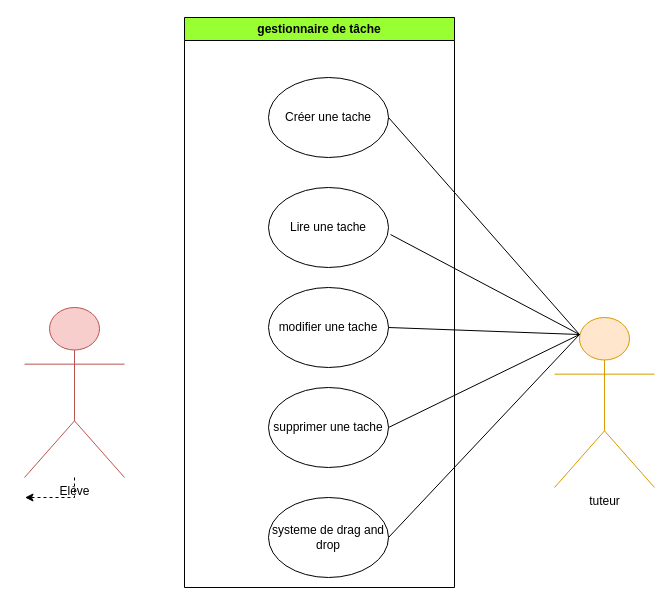
Before: page "gestionnaire tâche" (2 of 4) of diagramme/Diagramme sans nom.drawio in Chardema/P10, a draw.io diagram. Source tidied: cells renumbered, new cells numbered last; positions are measured from the earlier drawing's top-left corner, leaving out a move shared by most shapes. Both pictures are drawn from the tidied source at 100%, with x=0, y=0 at pixel (24, 17).
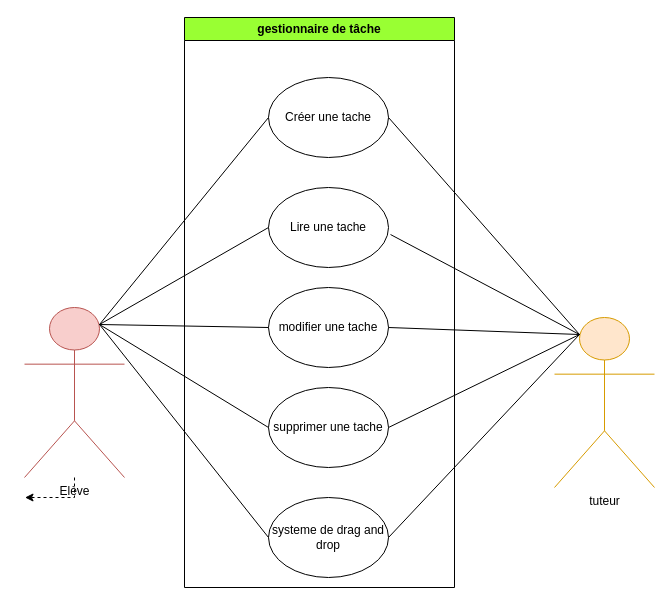
The same page after the edit.

Commit message:
Fin diagramme

The change refers to these unchanged cells:
```xml
<mxCell id="3" value="Elève&lt;br&gt;" style="shape=umlActor;verticalLabelPosition=bottom;verticalAlign=top;html=1;outlineConnect=0;fillColor=#f8cecc;strokeColor=#b85450;" parent="1" vertex="1">
  <mxGeometry y="290" width="100" height="170" as="geometry" />
</mxCell>
<mxCell id="6" value="Créer une tache" style="ellipse;whiteSpace=wrap;html=1;" parent="5" vertex="1">
  <mxGeometry x="84" y="60" width="120" height="80" as="geometry" />
</mxCell>
<mxCell id="7" value="Lire une tache" style="ellipse;whiteSpace=wrap;html=1;" parent="5" vertex="1">
  <mxGeometry x="84" y="170" width="120" height="80" as="geometry" />
</mxCell>
<mxCell id="8" value="modifier une tache" style="ellipse;whiteSpace=wrap;html=1;" parent="5" vertex="1">
  <mxGeometry x="84" y="270" width="120" height="80" as="geometry" />
</mxCell>
<mxCell id="9" value="supprimer une tache" style="ellipse;whiteSpace=wrap;html=1;" parent="5" vertex="1">
  <mxGeometry x="84" y="370" width="120" height="80" as="geometry" />
</mxCell>
<mxCell id="10" value="systeme de drag and drop" style="ellipse;whiteSpace=wrap;html=1;" parent="5" vertex="1">
  <mxGeometry x="84" y="480" width="120" height="80" as="geometry" />
</mxCell>
```

Change to the diagram source:
```diff
@@
+    <mxCell id="16" style="endArrow=none;html=1;rounded=0;exitX=0.75;exitY=0.1;exitDx=0;exitDy=0;exitPerimeter=0;entryX=0;entryY=0.5;entryDx=0;entryDy=0;" parent="1" edge="1" source="3" target="6">
+      <mxGeometry relative="1" as="geometry" />
+    </mxCell>
+    <mxCell id="17" style="endArrow=none;html=1;rounded=0;exitX=0.75;exitY=0.1;exitDx=0;exitDy=0;exitPerimeter=0;entryX=0;entryY=0.5;entryDx=0;entryDy=0;" parent="1" edge="1" source="3" target="7">
+      <mxGeometry relative="1" as="geometry" />
+    </mxCell>
+    <mxCell id="18" style="endArrow=none;html=1;rounded=0;exitX=0.75;exitY=0.1;exitDx=0;exitDy=0;exitPerimeter=0;entryX=0;entryY=0.5;entryDx=0;entryDy=0;" parent="1" edge="1" source="3" target="8">
+      <mxGeometry relative="1" as="geometry" />
+    </mxCell>
+    <mxCell id="19" style="endArrow=none;html=1;rounded=0;exitX=0.75;exitY=0.1;exitDx=0;exitDy=0;exitPerimeter=0;entryX=0;entryY=0.5;entryDx=0;entryDy=0;" parent="1" edge="1" source="3" target="9">
+      <mxGeometry relative="1" as="geometry" />
+    </mxCell>
+    <mxCell id="20" style="endArrow=none;html=1;rounded=0;exitX=0.75;exitY=0.1;exitDx=0;exitDy=0;exitPerimeter=0;entryX=0;entryY=0.5;entryDx=0;entryDy=0;" parent="1" edge="1" source="3" target="10">
+      <mxGeometry relative="1" as="geometry" />
+    </mxCell>
```
